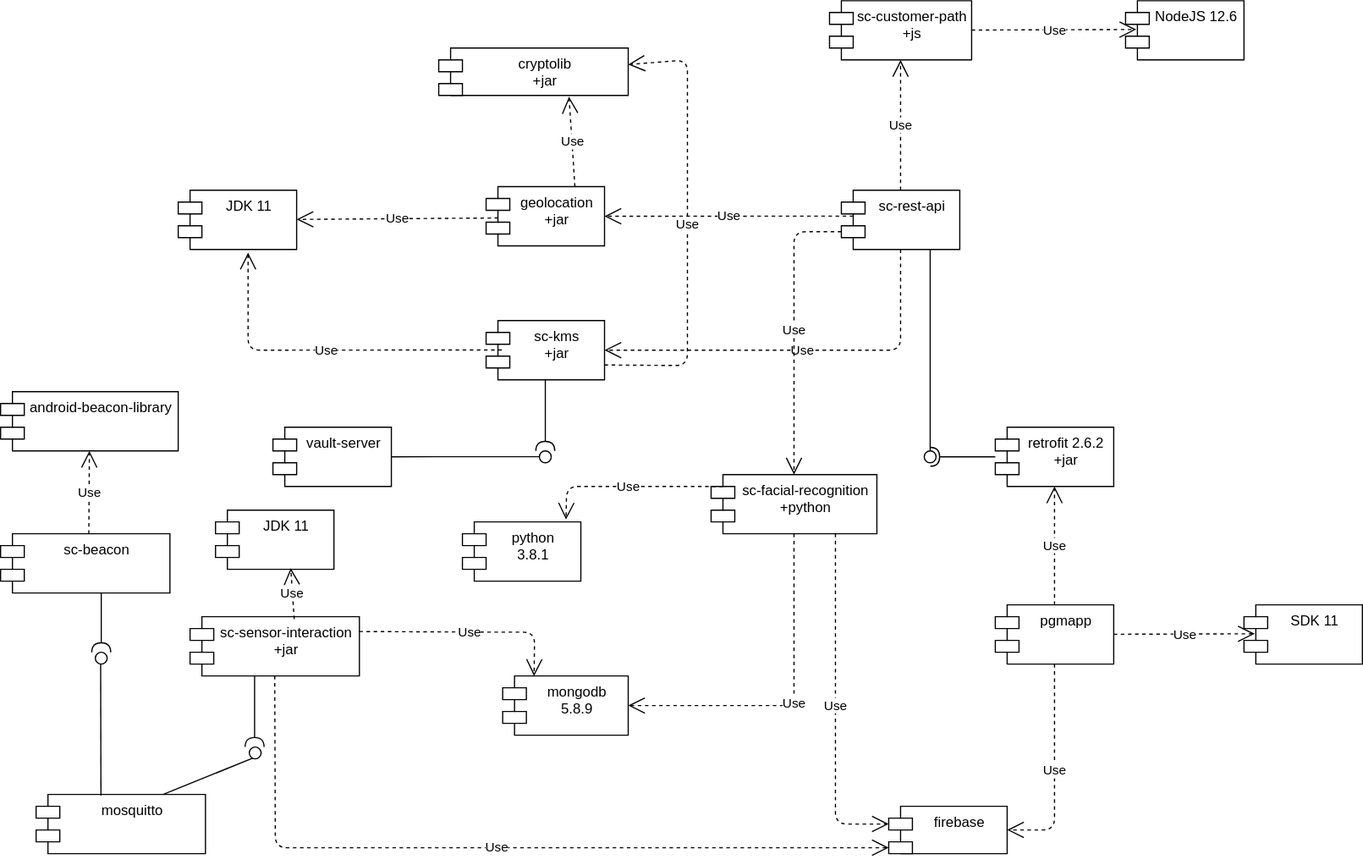
This is diagrams/ComponentDiagram.svg from jessicaraman/pds-stardust, a draw.io export, as it was before one commit. Source tidied: cells renumbered, new cells last; positions are measured from the earlier drawing's top-left corner, leaving out a move shared by most shapes.
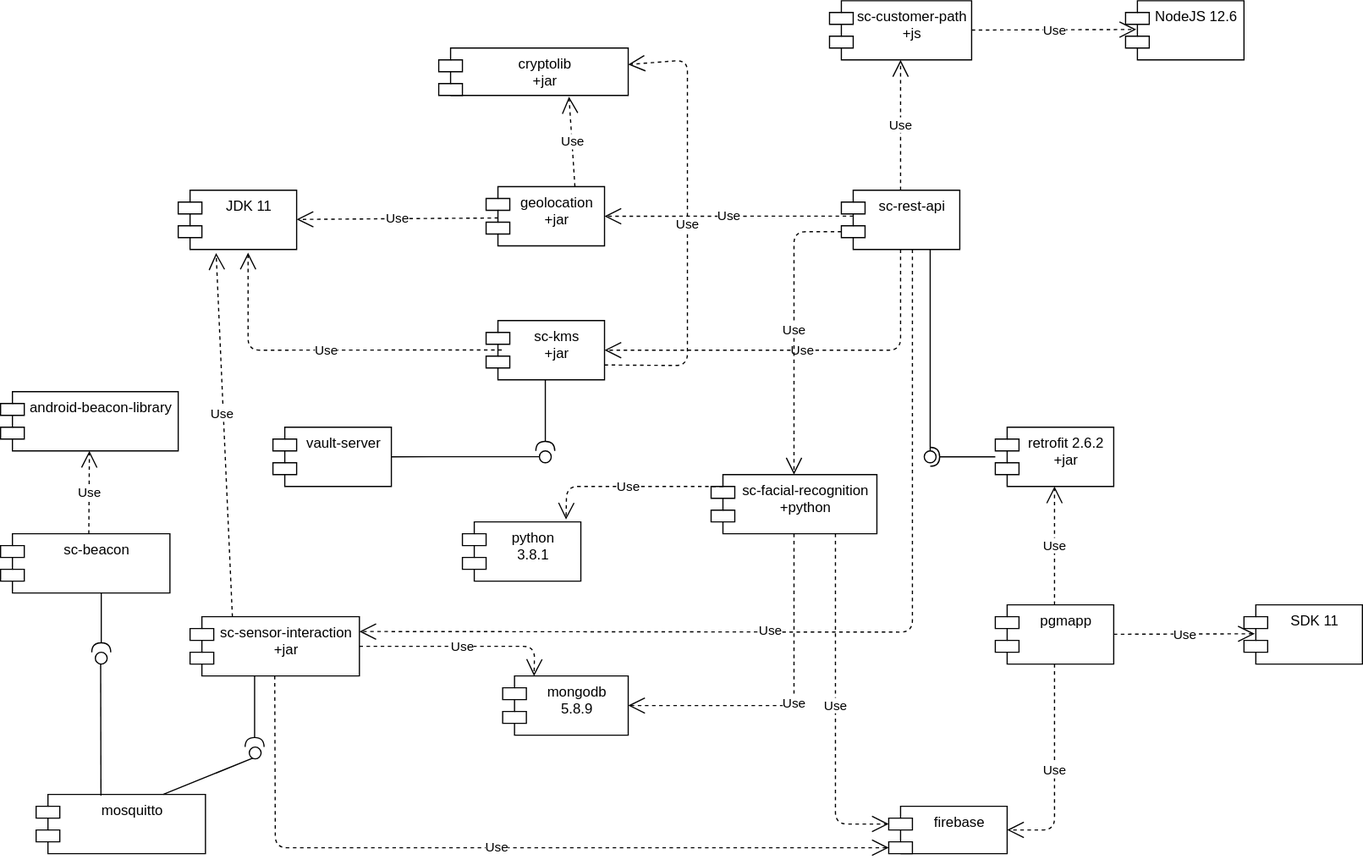
Later version of the same file.

Commit message:
update component diagram

The edit, as a diff of the source:
```diff
@@ -150,11 +150,11 @@
     <mxCell id="38" value="sc-sensor-interaction&#10;+jar" style="shape=module;align=left;spacingLeft=20;align=center;verticalAlign=top;" parent="1" vertex="1">
       <mxGeometry x="160" y="520" width="143" height="50" as="geometry" />
     </mxCell>
-    <mxCell id="39" value="Use" style="endArrow=open;endSize=12;dashed=1;html=1;exitX=1;exitY=0.25;exitDx=0;exitDy=0;entryX=0.25;entryY=0;entryDx=0;entryDy=0;" parent="1" edge="1" source="38" target="30">
+    <mxCell id="39" value="Use" style="endArrow=open;endSize=12;dashed=1;html=1;exitX=1;exitY=0.5;exitDx=0;exitDy=0;entryX=0.25;entryY=0;entryDx=0;entryDy=0;" parent="1" edge="1" source="38" target="30">
       <mxGeometry relative="1" as="geometry">
         <Array as="points">
-          <mxPoint x="410" y="533" />
-          <mxPoint x="451" y="533" />
+          <mxPoint x="410" y="545" />
+          <mxPoint x="451" y="545" />
         </Array>
       </mxGeometry>
     </mxCell>
@@ -166,11 +166,8 @@
         </Array>
       </mxGeometry>
     </mxCell>
-    <mxCell id="41" value="JDK 11" style="shape=module;align=left;spacingLeft=20;align=center;verticalAlign=top;" parent="1" vertex="1">
-      <mxGeometry x="181.5" y="430" width="100" height="50" as="geometry" />
-    </mxCell>
-    <mxCell id="42" value="Use" style="endArrow=open;endSize=12;dashed=1;html=1;entryX=0.635;entryY=0.98;entryDx=0;entryDy=0;entryPerimeter=0;exitX=0.615;exitY=0.04;exitDx=0;exitDy=0;exitPerimeter=0;" parent="1" edge="1" source="38" target="41">
-      <mxGeometry relative="1" as="geometry" />
+    <mxCell id="42" value="Use" style="endArrow=open;endSize=12;dashed=1;html=1;entryX=0.32;entryY=1.06;entryDx=0;entryDy=0;entryPerimeter=0;exitX=0.25;exitY=0;exitDx=0;exitDy=0;" parent="1" edge="1" source="38" target="2">
+      <mxGeometry x="0.11" y="1" relative="1" as="geometry" />
     </mxCell>
     <mxCell id="43" value="mosquitto" style="shape=module;align=left;spacingLeft=20;align=center;verticalAlign=top;" parent="1" vertex="1">
       <mxGeometry x="30" y="670" width="143" height="50" as="geometry" />
@@ -214,5 +211,14 @@
         <mxPoint x="75" y="380" as="targetPoint" />
       </mxGeometry>
     </mxCell>
+    <mxCell id="53" value="Use" style="endArrow=open;endSize=12;dashed=1;html=1;entryX=1;entryY=0.25;entryDx=0;entryDy=0;" parent="1" edge="1" target="38">
+      <mxGeometry x="-0.18" y="-120" relative="1" as="geometry">
+        <mxPoint x="770" y="210" as="sourcePoint" />
+        <Array as="points">
+          <mxPoint x="770" y="533" />
+        </Array>
+        <mxPoint x="-120" y="119" as="offset" />
+      </mxGeometry>
+    </mxCell>
   </root>
 </mxGraphModel>
```
